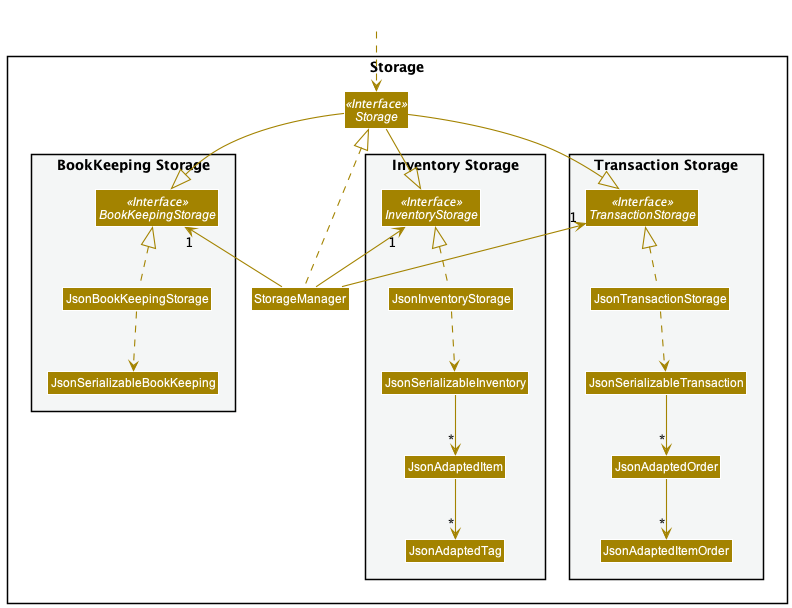
Before: docs/images/StorageClassDiagram.png, a diagram exported from PlantUML (nus-cs2103-AY2122S1/tp). Source of this version:
```plantuml
@startuml
!include style.puml
skinparam arrowThickness 1.1
skinparam arrowColor STORAGE_COLOR
skinparam classBackgroundColor STORAGE_COLOR

package Storage{

package "BookKeeping Storage" #F4F6F6{
Interface BookKeepingStorage <<Interface>>
Class JsonBookKeepingStorage
Class JsonSerializableBookKeeping
}

Interface Storage <<Interface>>
Class StorageManager

package "Inventory Storage" #F4F6F6{
Interface InventoryStorage <<Interface>>
Class JsonInventoryStorage
Class JsonSerializableInventory
Class JsonAdaptedItem
Class JsonAdaptedTag
}

package "Transaction Storage" #F4F6F6{
Interface TransactionStorage <<Interface>>
Class JsonTransactionStorage
Class JsonSerializableTransaction
Class JsonAdaptedOrder
Class JsonAdaptedItemOrder
}

}

Class HiddenOutside #FFFFFF
HiddenOutside ..> Storage

StorageManager .up.|> Storage
StorageManager -up-> "1" BookKeepingStorage
StorageManager -up-> "1" InventoryStorage
StorageManager -up-> "1" TransactionStorage

Storage --|> BookKeepingStorage
Storage --|> InventoryStorage
Storage --|> TransactionStorage

JsonBookKeepingStorage .up.|> BookKeepingStorage
JsonBookKeepingStorage .down.> JsonSerializableBookKeeping

JsonInventoryStorage .up.|> InventoryStorage
JsonInventoryStorage ..> JsonSerializableInventory
JsonSerializableInventory --> "*" JsonAdaptedItem
JsonAdaptedItem --> "*" JsonAdaptedTag

JsonTransactionStorage .up.|> TransactionStorage
JsonTransactionStorage ..> JsonSerializableTransaction
JsonSerializableTransaction --> "*" JsonAdaptedOrder
JsonAdaptedOrder --> "*" JsonAdaptedItemOrder

@enduml
```
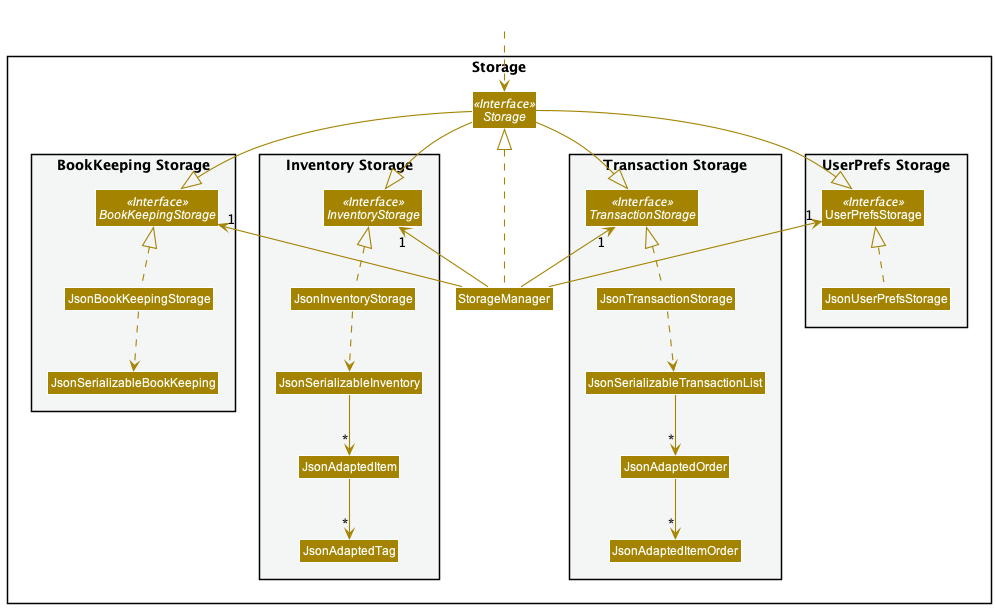
Above is the later version.

Commit message:
Update class diagram of Storage

The edit, as a diff of the source:
```diff
@@ -26,9 +26,15 @@
 package "Transaction Storage" #F4F6F6{
 Interface TransactionStorage <<Interface>>
 Class JsonTransactionStorage
-Class JsonSerializableTransaction
+Class JsonSerializableTransactionList
 Class JsonAdaptedOrder
 Class JsonAdaptedItemOrder
+}
+
+package "UserPrefs Storage" #F4F6F6{
+Interface UserPrefsStorage <<Interface>>
+Class UserPrefsStorage
+Class JsonUserPrefsStorage
 }
 
 }
@@ -40,10 +46,12 @@
 StorageManager -up-> "1" BookKeepingStorage
 StorageManager -up-> "1" InventoryStorage
 StorageManager -up-> "1" TransactionStorage
+StorageManager -up-> "1" UserPrefsStorage
 
 Storage --|> BookKeepingStorage
 Storage --|> InventoryStorage
 Storage --|> TransactionStorage
+Storage --|> UserPrefsStorage
 
 JsonBookKeepingStorage .up.|> BookKeepingStorage
 JsonBookKeepingStorage .down.> JsonSerializableBookKeeping
@@ -54,8 +62,10 @@
 JsonAdaptedItem --> "*" JsonAdaptedTag
 
 JsonTransactionStorage .up.|> TransactionStorage
-JsonTransactionStorage ..> JsonSerializableTransaction
-JsonSerializableTransaction --> "*" JsonAdaptedOrder
+JsonTransactionStorage ..> JsonSerializableTransactionList
+JsonSerializableTransactionList --> "*" JsonAdaptedOrder
 JsonAdaptedOrder --> "*" JsonAdaptedItemOrder
 
+JsonUserPrefsStorage .up.|> UserPrefsStorage
+
 @enduml
```
